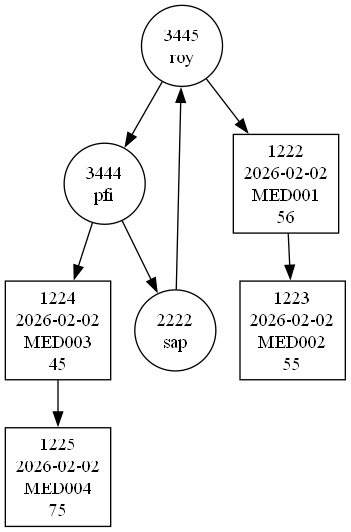
Earlier version of the Graphviz export graficos/listaCircularSimple.png (RONY36606/EDD_1S2026_PY_-202307793_FASE1-2-3). Its source is kept beside it as graficos/listaCircularSimple.dot.
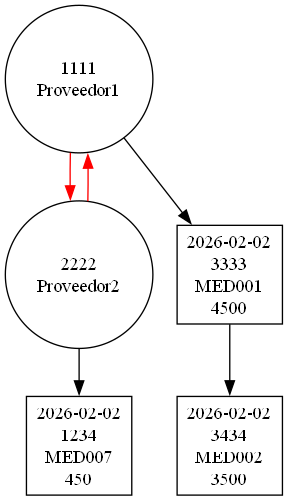
After the commit.

What changed in the source:
```diff
@@ -1,6 +1,6 @@
 digraph test {
 
-	graph [bb="0,0,255,390.81",
+	graph [bb="0,0,207.83,367.32",
 
 		ratio=fill
 
@@ -14,17 +14,17 @@
 
 		fontcolor=black,
 
-		height=0.8446,
+		height=1.537,
 
-		label="3445\nroy",
+		label="1111\nProveedor1",
 
-		pos="132.5,360.41",
+		pos="55.331,311.99",
 
 		shape=circle,
 
 		style=filled,
 
-		width=0.8446];
+		width=1.537];
 
 	node2	[color=black,
 
@@ -32,19 +32,21 @@
 
 		fontcolor=black,
 
-		height=0.8446,
+		height=1.537,
 
-		label="3444\npfi",
+		label="2222\nProveedor2",
 
-		pos="74.5,257",
+		pos="55.331,165.33",
 
 		shape=circle,
 
 		style=filled,
 
-		width=0.8446];
+		width=1.537];
 
-	node1 -> node2	[pos="e,89.259,283.8 117.71,333.55 110.76,321.4 102.36,306.71 94.818,293.52"];
+	node1 -> node2	[color=red,
+
+		pos="e,48.775,220.43 48.772,256.71 48.596,248.56 48.542,240.07 48.609,231.71"];
 
 	node3	[color=black,
 
@@ -54,9 +56,9 @@
 
 		height=1.0278,
 
-		label="1222\n2026-02-02\nMED001\n56",
+		label="2026-02-02\n3333\nMED001\n4500",
 
-		pos="210.5,257",
+		pos="168.33,165.33",
 
 		shape=box,
 
@@ -64,7 +66,11 @@
 
 		width=1.0972];
 
-	node1 -> node3	[pos="e,182.55,294.33 150.79,335.63 158.25,325.93 167.14,314.38 175.74,303.19"];
+	node1 -> node3	[pos="e,140.01,202.59 88.929,267.98 102.91,250.09 119.13,229.31 133.26,211.23"];
+
+	node2 -> node1	[color=red,
+
+		pos="e,61.891,256.71 61.887,220.43 62.064,228.59 62.12,237.07 62.055,245.43"];
 
 	node5	[color=black,
 
@@ -72,31 +78,11 @@
 
 		fontcolor=black,
 
-		height=0.8446,
-
-		label="2222\nsap",
-
-		pos="127.5,147",
-
-		shape=circle,
-
-		style=filled,
-
-		width=0.8446];
-
-	node2 -> node5	[pos="e,114.37,174.76 87.601,229.3 94.163,215.93 102.21,199.53 109.36,184.97"];
-
-	node6	[color=black,
-
-		fillcolor=white,
-
-		fontcolor=black,
-
 		height=1.0278,
 
-		label="1224\n2026-02-02\nMED003\n45",
+		label="2026-02-02\n1234\nMED007\n450",
 
-		pos="39.5,147",
+		pos="55.331,37",
 
 		shape=box,
 
@@ -104,7 +90,7 @@
 
 		width=1.0972];
 
-	node2 -> node6	[pos="e,51.273,184.33 65.304,227.62 62.084,217.69 58.375,206.24 54.792,195.19"];
+	node2 -> node5	[pos="e,55.331,74.172 55.331,109.66 55.331,101.59 55.331,93.338 55.331,85.436"];
 
 	node4	[color=black,
 
@@ -114,9 +100,9 @@
 
 		height=1.0278,
 
-		label="1223\n2026-02-02\nMED002\n55",
+		label="2026-02-02\n3434\nMED002\n3500",
 
-		pos="215.5,147",
+		pos="168.33,37",
 
 		shape=box,
 
@@ -124,28 +110,6 @@
 
 		width=1.0972];
 
-	node3 -> node4	[pos="e,213.82,184.35 212.18,219.74 212.54,211.99 212.92,203.7 213.3,195.6"];
-
-	node5 -> node1	[pos="e,131.79,329.56 128.2,177.69 129.07,214.37 130.55,276.97 131.53,318.26"];
-
-	node7	[color=black,
-
-		fillcolor=white,
-
-		fontcolor=black,
-
-		height=1.0278,
-
-		label="1225\n2026-02-02\nMED004\n75",
-
-		pos="39.5,37",
-
-		shape=box,
-
-		style=filled,
-
-		width=1.0972];
-
-	node6 -> node7	[pos="e,39.5,74.351 39.5,109.74 39.5,101.99 39.5,93.695 39.5,85.595"];
+	node3 -> node4	[pos="e,168.33,74.207 168.33,128.13 168.33,114.91 168.33,99.761 168.33,85.697"];
 
 }
```
